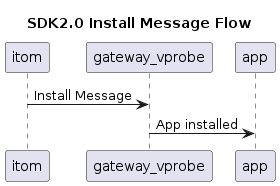
Above: images/app_install_flow.png in gupteswarameesala/sdk2.0 (PlantUML), before the change. The source it was exported from:
```plantuml
@startuml install message

title SDK2.0 Install Message Flow

itom -> gateway_vprobe: Install Message
gateway_vprobe -> app: App installed

@enduml
```
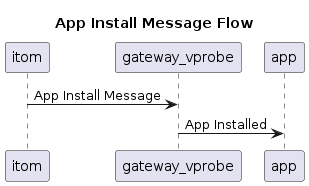
The same diagram one commit later.

The edit, as a diff of the source:
```diff
@@ -1,8 +1,8 @@
-@startuml install message
+@startuml app_install_flow
 
-title SDK2.0 Install Message Flow
+title App Install Message Flow
 
-itom -> gateway_vprobe: Install Message
-gateway_vprobe -> app: App installed
+itom -> gateway_vprobe: App Install Message
+gateway_vprobe -> app: App Installed
 
 @enduml
```
